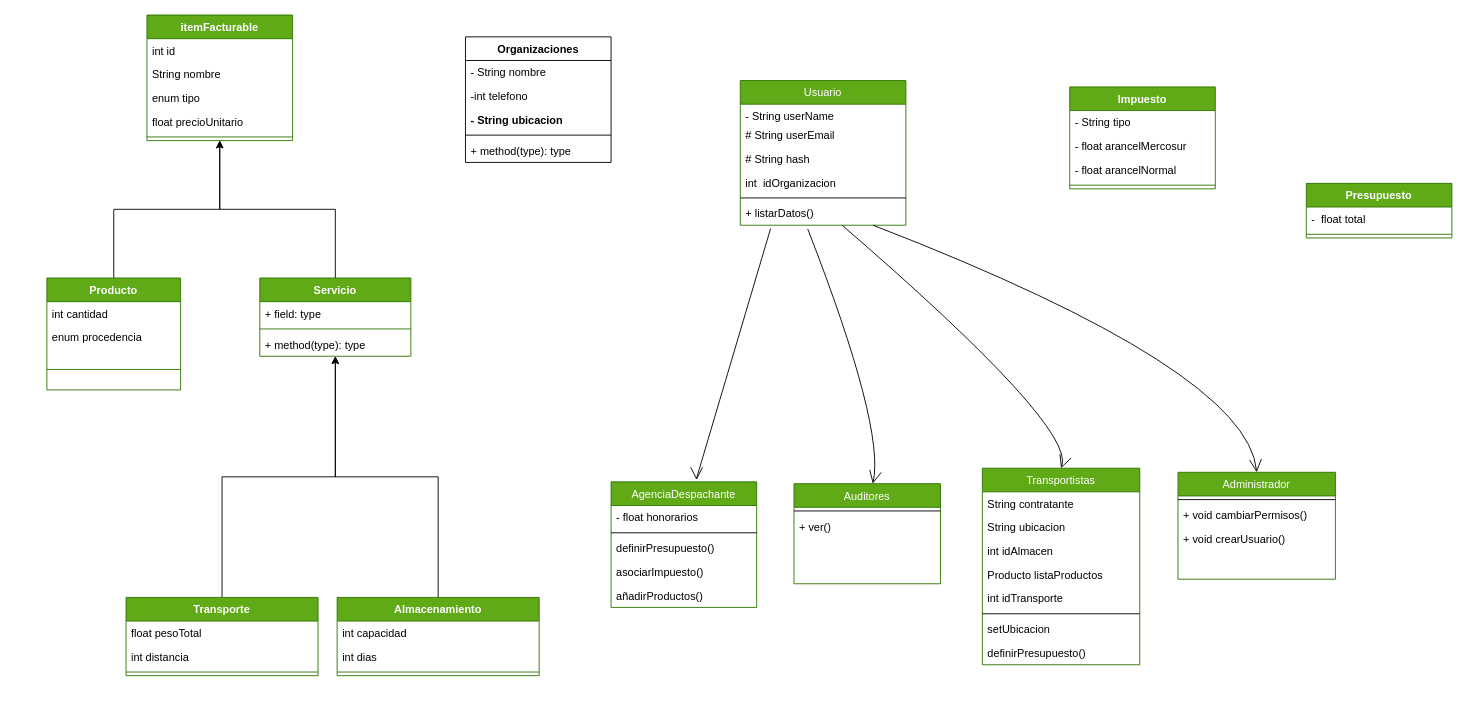
Before: Diagram.drawio in CTroya/lp3-java-rest-backend, a draw.io diagram. Source tidied: cells renumbered, new cells numbered last; positions are measured from the earlier drawing's top-left corner, leaving out a move shared by most shapes. Both pictures are drawn from the tidied source at 91%, with x=0, y=0 at pixel (46, 15).
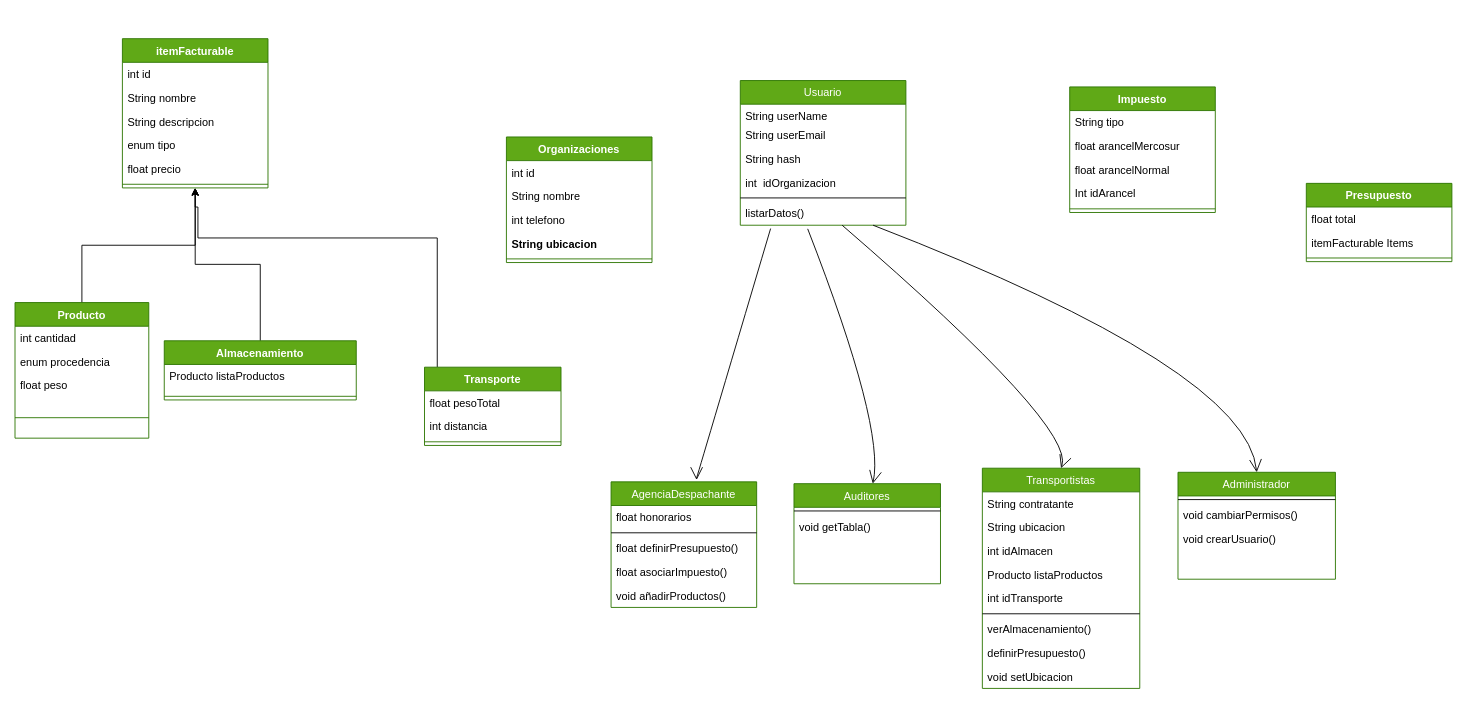
After the change.

Unchanged cells that the change refers to:
```xml
<mxCell id="2" value="Usuario" style="swimlane;fontStyle=0;align=center;verticalAlign=top;horizontal=1;startSize=26;rounded=0;shadow=0;strokeWidth=1;fillColor=#60a917;strokeColor=#2D7600;fontColor=#ffffff;" parent="1" vertex="1">
  <mxGeometry x="762" y="72" width="182" height="159" as="geometry" />
</mxCell>
<mxCell id="10" value="AgenciaDespachante" style="swimlane;fontStyle=0;align=center;verticalAlign=top;horizontal=1;startSize=26;rounded=0;shadow=0;strokeWidth=1;fillColor=#60a917;strokeColor=#2D7600;fontColor=#ffffff;" parent="1" vertex="1">
  <mxGeometry x="620" y="513" width="160" height="138" as="geometry" />
</mxCell>
<mxCell id="17" value="Auditores" style="swimlane;fontStyle=0;align=center;verticalAlign=top;horizontal=1;startSize=26;rounded=0;shadow=0;strokeWidth=1;fillColor=#60a917;strokeColor=#2D7600;fontColor=#ffffff;" parent="1" vertex="1">
  <mxGeometry x="821" y="515" width="161" height="110" as="geometry" />
</mxCell>
<mxCell id="30" value="Administrador" style="swimlane;fontStyle=0;align=center;verticalAlign=top;horizontal=1;startSize=26;rounded=0;shadow=0;strokeWidth=1;fillColor=#60a917;strokeColor=#2D7600;fontColor=#ffffff;" parent="1" vertex="1">
  <mxGeometry x="1243" y="502.5" width="173" height="117.5" as="geometry" />
</mxCell>
```

The edit, as a diff of the source:
```diff
@@
-    <mxCell id="3" value="- String userName" style="text;align=left;verticalAlign=top;spacingLeft=4;spacingRight=4;overflow=hidden;rounded=0;shadow=0;html=0;" parent="2" vertex="1">
+    <mxCell id="3" value="String userName" style="text;align=left;verticalAlign=top;spacingLeft=4;spacingRight=4;overflow=hidden;rounded=0;shadow=0;html=0;" parent="2" vertex="1">
       <mxGeometry y="26" width="182" height="21" as="geometry" />
     </mxCell>
-    <mxCell id="4" value="# String userEmail" style="text;strokeColor=none;fillColor=none;align=left;verticalAlign=top;spacingLeft=4;spacingRight=4;overflow=hidden;" parent="2" vertex="1">
+    <mxCell id="4" value="String userEmail" style="text;strokeColor=none;fillColor=none;align=left;verticalAlign=top;spacingLeft=4;spacingRight=4;overflow=hidden;" parent="2" vertex="1">
       <mxGeometry y="47" width="182" height="26" as="geometry" />
     </mxCell>
-    <mxCell id="5" value="# String hash" style="text;strokeColor=none;fillColor=none;align=left;verticalAlign=top;spacingLeft=4;spacingRight=4;overflow=hidden;" parent="2" vertex="1">
+    <mxCell id="5" value="String hash" style="text;strokeColor=none;fillColor=none;align=left;verticalAlign=top;spacingLeft=4;spacingRight=4;overflow=hidden;" parent="2" vertex="1">
       <mxGeometry y="73" width="182" height="26" as="geometry" />
     </mxCell>
@@
-    <mxCell id="8" value="+ listarDatos()" style="text;strokeColor=none;fillColor=none;align=left;verticalAlign=top;spacingLeft=4;spacingRight=4;overflow=hidden;points=[[0,0.5],[1,0.5]];portConstraint=eastwest;" parent="2" vertex="1">
+    <mxCell id="8" value="listarDatos()" style="text;strokeColor=none;fillColor=none;align=left;verticalAlign=top;spacingLeft=4;spacingRight=4;overflow=hidden;points=[[0,0.5],[1,0.5]];portConstraint=eastwest;" parent="2" vertex="1">
       <mxGeometry y="133" width="182" height="26" as="geometry" />
     </mxCell>
@@
-    <mxCell id="11" value="- float honorarios" style="text;strokeColor=none;fillColor=none;align=left;verticalAlign=top;spacingLeft=4;spacingRight=4;overflow=hidden;" parent="10" vertex="1">
+    <mxCell id="11" value="float honorarios" style="text;strokeColor=none;fillColor=none;align=left;verticalAlign=top;spacingLeft=4;spacingRight=4;overflow=hidden;" parent="10" vertex="1">
       <mxGeometry y="26" width="160" height="26" as="geometry" />
     </mxCell>
@@
-    <mxCell id="13" value="definirPresupuesto()" style="text;strokeColor=none;fillColor=none;align=left;verticalAlign=top;spacingLeft=4;spacingRight=4;overflow=hidden;" parent="10" vertex="1">
+    <mxCell id="13" value="float definirPresupuesto()" style="text;strokeColor=none;fillColor=none;align=left;verticalAlign=top;spacingLeft=4;spacingRight=4;overflow=hidden;" parent="10" vertex="1">
       <mxGeometry y="60" width="160" height="26" as="geometry" />
     </mxCell>
-    <mxCell id="14" value="asociarImpuesto()" style="text;strokeColor=none;fillColor=none;align=left;verticalAlign=top;spacingLeft=4;spacingRight=4;overflow=hidden;" parent="10" vertex="1">
+    <mxCell id="14" value="float asociarImpuesto()" style="text;strokeColor=none;fillColor=none;align=left;verticalAlign=top;spacingLeft=4;spacingRight=4;overflow=hidden;" parent="10" vertex="1">
       <mxGeometry y="86" width="160" height="26" as="geometry" />
     </mxCell>
-    <mxCell id="15" value="añadirProductos()" style="text;strokeColor=none;fillColor=none;align=left;verticalAlign=top;spacingLeft=4;spacingRight=4;overflow=hidden;" parent="10" vertex="1">
+    <mxCell id="15" value="void añadirProductos()" style="text;strokeColor=none;fillColor=none;align=left;verticalAlign=top;spacingLeft=4;spacingRight=4;overflow=hidden;" parent="10" vertex="1">
       <mxGeometry y="112" width="160" height="26" as="geometry" />
     </mxCell>
@@
-    <mxCell id="19" value="+ ver()" style="text;strokeColor=none;fillColor=none;align=left;verticalAlign=top;spacingLeft=4;spacingRight=4;overflow=hidden;" parent="17" vertex="1">
+    <mxCell id="19" value="void getTabla()" style="text;strokeColor=none;fillColor=none;align=left;verticalAlign=top;spacingLeft=4;spacingRight=4;overflow=hidden;" parent="17" vertex="1">
       <mxGeometry y="34" width="161" height="26" as="geometry" />
     </mxCell>
     <mxCell id="20" value="Transportistas&#10;" style="swimlane;fontStyle=0;align=center;verticalAlign=top;horizontal=1;startSize=26;rounded=0;shadow=0;strokeWidth=1;fillColor=#60a917;strokeColor=#2D7600;fontColor=#ffffff;" parent="1" vertex="1">
-      <mxGeometry x="1028" y="498" width="173" height="216" as="geometry" />
+      <mxGeometry x="1028" y="498" width="173" height="242" as="geometry" />
     </mxCell>
@@
+    <mxCell id="75" value="verAlmacenamiento()" style="text;strokeColor=none;fillColor=none;align=left;verticalAlign=top;spacingLeft=4;spacingRight=4;overflow=hidden;" parent="20" vertex="1">
+      <mxGeometry y="164" width="173" height="26" as="geometry" />
+    </mxCell>
+    <mxCell id="28" value="definirPresupuesto()" style="text;strokeColor=none;fillColor=none;align=left;verticalAlign=top;spacingLeft=4;spacingRight=4;overflow=hidden;" parent="20" vertex="1">
+      <mxGeometry y="190" width="173" height="26" as="geometry" />
+    </mxCell>
-    <mxCell id="27" value="setUbicacion" style="text;strokeColor=none;fillColor=none;align=left;verticalAlign=top;spacingLeft=4;spacingRight=4;overflow=hidden;" parent="20" vertex="1">
-      <mxGeometry y="164" width="173" height="26" as="geometry" />
+    <mxCell id="27" value="void setUbicacion" style="text;strokeColor=none;fillColor=none;align=left;verticalAlign=top;spacingLeft=4;spacingRight=4;overflow=hidden;" parent="20" vertex="1">
+      <mxGeometry y="216" width="173" height="26" as="geometry" />
     </mxCell>
-    <mxCell id="28" value="definirPresupuesto()" style="text;strokeColor=none;fillColor=none;align=left;verticalAlign=top;spacingLeft=4;spacingRight=4;overflow=hidden;" parent="20" vertex="1">
-      <mxGeometry y="190" width="173" height="26" as="geometry" />
-    </mxCell>
@@
-    <mxCell id="32" value="+ void cambiarPermisos()" style="text;strokeColor=none;fillColor=none;align=left;verticalAlign=top;spacingLeft=4;spacingRight=4;overflow=hidden;" parent="30" vertex="1">
+    <mxCell id="32" value="void cambiarPermisos()" style="text;strokeColor=none;fillColor=none;align=left;verticalAlign=top;spacingLeft=4;spacingRight=4;overflow=hidden;" parent="30" vertex="1">
       <mxGeometry y="34" width="173" height="26" as="geometry" />
     </mxCell>
-    <mxCell id="33" value="+ void crearUsuario()" style="text;strokeColor=none;fillColor=none;align=left;verticalAlign=top;spacingLeft=4;spacingRight=4;overflow=hidden;" parent="30" vertex="1">
+    <mxCell id="33" value="void crearUsuario()" style="text;strokeColor=none;fillColor=none;align=left;verticalAlign=top;spacingLeft=4;spacingRight=4;overflow=hidden;" parent="30" vertex="1">
       <mxGeometry y="60" width="173" height="26" as="geometry" />
     </mxCell>
@@
     <mxCell id="36" value="Producto" style="swimlane;fontStyle=1;align=center;verticalAlign=top;horizontal=1;startSize=26;fillColor=#60a917;fontColor=#ffffff;strokeColor=#2D7600;" parent="1" vertex="1">
-      <mxGeometry y="289" width="147" height="123" as="geometry" />
+      <mxGeometry x="-35" y="316" width="147" height="149" as="geometry" />
     </mxCell>
@@
+    <mxCell id="76" value="float peso&#10;" style="text;strokeColor=none;fillColor=none;align=left;verticalAlign=top;spacingLeft=4;spacingRight=4;overflow=hidden;" parent="36" vertex="1">
+      <mxGeometry y="78" width="147" height="26" as="geometry" />
+    </mxCell>
     <mxCell id="39" style="line;strokeWidth=1;fillColor=none;align=left;verticalAlign=middle;spacingTop=-1;spacingLeft=3;spacingRight=3;labelPosition=right;strokeColor=inherit;" parent="36" vertex="1">
-      <mxGeometry y="78" width="147" height="45" as="geometry" />
+      <mxGeometry y="104" width="147" height="45" as="geometry" />
     </mxCell>
     <mxCell id="40" value="itemFacturable" style="swimlane;fontStyle=1;align=center;verticalAlign=top;horizontal=1;startSize=26;fillColor=#60a917;fontColor=#ffffff;strokeColor=#2D7600;" parent="1" vertex="1">
-      <mxGeometry x="110" width="160" height="138" as="geometry" />
+      <mxGeometry x="83" y="26" width="160" height="164" as="geometry" />
     </mxCell>
@@
+    <mxCell id="77" value="String descripcion" style="text;strokeColor=none;fillColor=none;align=left;verticalAlign=top;spacingLeft=4;spacingRight=4;overflow=hidden;" parent="40" vertex="1">
+      <mxGeometry y="78" width="160" height="26" as="geometry" />
+    </mxCell>
     <mxCell id="43" value="enum tipo" style="text;strokeColor=none;fillColor=none;align=left;verticalAlign=top;spacingLeft=4;spacingRight=4;overflow=hidden;" parent="40" vertex="1">
-      <mxGeometry y="78" width="160" height="26" as="geometry" />
+      <mxGeometry y="104" width="160" height="26" as="geometry" />
     </mxCell>
-    <mxCell id="44" value="float precioUnitario" style="text;strokeColor=none;fillColor=none;align=left;verticalAlign=top;spacingLeft=4;spacingRight=4;overflow=hidden;" parent="40" vertex="1">
-      <mxGeometry y="104" width="160" height="26" as="geometry" />
+    <mxCell id="44" value="float precio&#10;" style="text;strokeColor=none;fillColor=none;align=left;verticalAlign=top;spacingLeft=4;spacingRight=4;overflow=hidden;" parent="40" vertex="1">
+      <mxGeometry y="130" width="160" height="26" as="geometry" />
     </mxCell>
     <mxCell id="45" style="line;strokeWidth=1;fillColor=none;align=left;verticalAlign=middle;spacingTop=-1;spacingLeft=3;spacingRight=3;labelPosition=right;strokeColor=inherit;" parent="40" vertex="1">
-      <mxGeometry y="130" width="160" height="8" as="geometry" />
+      <mxGeometry y="156" width="160" height="8" as="geometry" />
     </mxCell>
-    <mxCell id="46" style="edgeStyle=orthogonalEdgeStyle;rounded=0;jettySize=auto;html=1;" parent="1" edge="1" source="47" target="52">
-      <mxGeometry relative="1" as="geometry" />
-    </mxCell>
+    <mxCell id="78" style="edgeStyle=orthogonalEdgeStyle;rounded=0;jettySize=auto;html=1;entryX=0.5;entryY=1;entryDx=0;entryDy=0;" parent="1" edge="1" source="47" target="40">
+      <mxGeometry relative="1" as="geometry">
+        <Array as="points">
+          <mxPoint x="429" y="245" />
+          <mxPoint x="166" y="245" />
+          <mxPoint x="166" y="211" />
+          <mxPoint x="163" y="211" />
+        </Array>
+      </mxGeometry>
+    </mxCell>
     <mxCell id="47" value="Transporte" style="swimlane;fontStyle=1;align=center;verticalAlign=top;horizontal=1;startSize=26;fillColor=#60a917;fontColor=#ffffff;strokeColor=#2D7600;" parent="1" vertex="1">
-      <mxGeometry x="87" y="640" width="211" height="86" as="geometry" />
+      <mxGeometry x="415" y="387" width="150" height="86" as="geometry" />
     </mxCell>
     <mxCell id="48" value="float pesoTotal" style="text;strokeColor=none;fillColor=none;align=left;verticalAlign=top;spacingLeft=4;spacingRight=4;overflow=hidden;" parent="47" vertex="1">
-      <mxGeometry y="26" width="211" height="26" as="geometry" />
+      <mxGeometry y="26" width="150" height="26" as="geometry" />
     </mxCell>
     <mxCell id="49" value="int distancia" style="text;strokeColor=none;fillColor=none;align=left;verticalAlign=top;spacingLeft=4;spacingRight=4;overflow=hidden;" parent="47" vertex="1">
-      <mxGeometry y="52" width="211" height="26" as="geometry" />
+      <mxGeometry y="52" width="150" height="26" as="geometry" />
     </mxCell>
     <mxCell id="50" style="line;strokeWidth=1;fillColor=none;align=left;verticalAlign=middle;spacingTop=-1;spacingLeft=3;spacingRight=3;labelPosition=right;strokeColor=inherit;" parent="47" vertex="1">
-      <mxGeometry y="78" width="211" height="8" as="geometry" />
+      <mxGeometry y="78" width="150" height="8" as="geometry" />
     </mxCell>
-    <mxCell id="51" style="edgeStyle=orthogonalEdgeStyle;rounded=0;jettySize=auto;html=1;" parent="1" edge="1" source="52" target="40">
-      <mxGeometry relative="1" as="geometry" />
-    </mxCell>
-    <mxCell id="52" value="Servicio" style="swimlane;fontStyle=1;align=center;verticalAlign=top;horizontal=1;startSize=26;fillColor=#60a917;fontColor=#ffffff;strokeColor=#2D7600;" parent="1" vertex="1">
-      <mxGeometry x="234" y="289" width="166" height="86" as="geometry" />
-    </mxCell>
-    <mxCell id="53" value="+ field: type" style="text;strokeColor=none;fillColor=none;align=left;verticalAlign=top;spacingLeft=4;spacingRight=4;overflow=hidden;" parent="52" vertex="1">
-      <mxGeometry y="26" width="166" height="26" as="geometry" />
-    </mxCell>
-    <mxCell id="54" style="line;strokeWidth=1;fillColor=none;align=left;verticalAlign=middle;spacingTop=-1;spacingLeft=3;spacingRight=3;labelPosition=right;strokeColor=inherit;" parent="52" vertex="1">
-      <mxGeometry y="52" width="166" height="8" as="geometry" />
-    </mxCell>
-    <mxCell id="55" value="+ method(type): type" style="text;strokeColor=none;fillColor=none;align=left;verticalAlign=top;spacingLeft=4;spacingRight=4;overflow=hidden;" parent="52" vertex="1">
-      <mxGeometry y="60" width="166" height="26" as="geometry" />
-    </mxCell>
     <mxCell id="56" value="Impuesto" style="swimlane;fontStyle=1;align=center;verticalAlign=top;horizontal=1;startSize=26;fillColor=#60a917;fontColor=#ffffff;strokeColor=#2D7600;" parent="1" vertex="1">
-      <mxGeometry x="1124" y="79" width="160" height="112" as="geometry" />
+      <mxGeometry x="1124" y="79" width="160" height="138" as="geometry" />
     </mxCell>
-    <mxCell id="57" value="- String tipo" style="text;strokeColor=none;fillColor=none;align=left;verticalAlign=top;spacingLeft=4;spacingRight=4;overflow=hidden;" parent="56" vertex="1">
+    <mxCell id="57" value="String tipo" style="text;strokeColor=none;fillColor=none;align=left;verticalAlign=top;spacingLeft=4;spacingRight=4;overflow=hidden;" parent="56" vertex="1">
       <mxGeometry y="26" width="160" height="26" as="geometry" />
     </mxCell>
-    <mxCell id="58" value="- float arancelMercosur" style="text;strokeColor=none;fillColor=none;align=left;verticalAlign=top;spacingLeft=4;spacingRight=4;overflow=hidden;" parent="56" vertex="1">
+    <mxCell id="58" value="float arancelMercosur" style="text;strokeColor=none;fillColor=none;align=left;verticalAlign=top;spacingLeft=4;spacingRight=4;overflow=hidden;" parent="56" vertex="1">
       <mxGeometry y="52" width="160" height="26" as="geometry" />
     </mxCell>
-    <mxCell id="59" value="- float arancelNormal" style="text;strokeColor=none;fillColor=none;align=left;verticalAlign=top;spacingLeft=4;spacingRight=4;overflow=hidden;" parent="56" vertex="1">
+    <mxCell id="59" value="float arancelNormal" style="text;strokeColor=none;fillColor=none;align=left;verticalAlign=top;spacingLeft=4;spacingRight=4;overflow=hidden;" parent="56" vertex="1">
       <mxGeometry y="78" width="160" height="26" as="geometry" />
     </mxCell>
+    <mxCell id="79" value="Int idArancel" style="text;strokeColor=none;fillColor=none;align=left;verticalAlign=top;spacingLeft=4;spacingRight=4;overflow=hidden;" parent="56" vertex="1">
+      <mxGeometry y="104" width="160" height="26" as="geometry" />
+    </mxCell>
     <mxCell id="60" style="line;strokeWidth=1;fillColor=none;align=left;verticalAlign=middle;spacingTop=-1;spacingLeft=3;spacingRight=3;labelPosition=right;strokeColor=inherit;" parent="56" vertex="1">
-      <mxGeometry y="104" width="160" height="8" as="geometry" />
+      <mxGeometry y="130" width="160" height="8" as="geometry" />
     </mxCell>
-    <mxCell id="61" style="edgeStyle=orthogonalEdgeStyle;rounded=0;jettySize=auto;html=1;" parent="1" edge="1" source="62" target="52">
-      <mxGeometry relative="1" as="geometry" />
-    </mxCell>
+    <mxCell id="80" style="edgeStyle=orthogonalEdgeStyle;rounded=0;jettySize=auto;html=1;entryX=0.5;entryY=1;entryDx=0;entryDy=0;" parent="1" edge="1" source="62" target="40">
+      <mxGeometry relative="1" as="geometry" />
+    </mxCell>
     <mxCell id="62" value="Almacenamiento" style="swimlane;fontStyle=1;align=center;verticalAlign=top;horizontal=1;startSize=26;fillColor=#60a917;fontColor=#ffffff;strokeColor=#2D7600;" parent="1" vertex="1">
-      <mxGeometry x="319" y="640" width="222" height="86" as="geometry" />
+      <mxGeometry x="129" y="358" width="211" height="65" as="geometry" />
     </mxCell>
-    <mxCell id="63" value="int capacidad" style="text;strokeColor=none;fillColor=none;align=left;verticalAlign=top;spacingLeft=4;spacingRight=4;overflow=hidden;" parent="62" vertex="1">
-      <mxGeometry y="26" width="222" height="26" as="geometry" />
-    </mxCell>
-    <mxCell id="64" value="int dias" style="text;strokeColor=none;fillColor=none;align=left;verticalAlign=top;spacingLeft=4;spacingRight=4;overflow=hidden;" parent="62" vertex="1">
-      <mxGeometry y="52" width="222" height="26" as="geometry" />
-    </mxCell>
+    <mxCell id="81" value="Producto listaProductos" style="text;strokeColor=none;fillColor=none;align=left;verticalAlign=top;spacingLeft=4;spacingRight=4;overflow=hidden;" parent="62" vertex="1">
+      <mxGeometry y="26" width="211" height="31" as="geometry" />
+    </mxCell>
     <mxCell id="65" style="line;strokeWidth=1;fillColor=none;align=left;verticalAlign=middle;spacingTop=-1;spacingLeft=3;spacingRight=3;labelPosition=right;strokeColor=inherit;" parent="62" vertex="1">
-      <mxGeometry y="78" width="222" height="8" as="geometry" />
+      <mxGeometry y="57" width="211" height="8" as="geometry" />
     </mxCell>
     <mxCell id="66" value="Presupuesto" style="swimlane;fontStyle=1;align=center;verticalAlign=top;horizontal=1;startSize=26;fillColor=#60a917;fontColor=#ffffff;strokeColor=#2D7600;" parent="1" vertex="1">
-      <mxGeometry x="1384" y="185" width="160" height="60" as="geometry" />
+      <mxGeometry x="1384" y="185" width="160" height="86" as="geometry" />
     </mxCell>
-    <mxCell id="67" value="-  float total" style="text;strokeColor=none;fillColor=none;align=left;verticalAlign=top;spacingLeft=4;spacingRight=4;overflow=hidden;" parent="66" vertex="1">
+    <mxCell id="67" value="float total" style="text;strokeColor=none;fillColor=none;align=left;verticalAlign=top;spacingLeft=4;spacingRight=4;overflow=hidden;" parent="66" vertex="1">
       <mxGeometry y="26" width="160" height="26" as="geometry" />
     </mxCell>
+    <mxCell id="82" value="itemFacturable Items" style="text;strokeColor=none;fillColor=none;align=left;verticalAlign=top;spacingLeft=4;spacingRight=4;overflow=hidden;" parent="66" vertex="1">
+      <mxGeometry y="52" width="160" height="26" as="geometry" />
+    </mxCell>
     <mxCell id="68" style="line;strokeWidth=1;fillColor=none;align=left;verticalAlign=middle;spacingTop=-1;spacingLeft=3;spacingRight=3;labelPosition=right;strokeColor=inherit;" parent="66" vertex="1">
-      <mxGeometry y="52" width="160" height="8" as="geometry" />
+      <mxGeometry y="78" width="160" height="8" as="geometry" />
     </mxCell>
-    <mxCell id="69" value="Organizaciones" style="swimlane;fontStyle=1;align=center;verticalAlign=top;horizontal=1;startSize=26;" parent="1" vertex="1">
-      <mxGeometry x="460" y="24" width="160" height="138" as="geometry" />
+    <mxCell id="69" value="Organizaciones" style="swimlane;fontStyle=1;align=center;verticalAlign=top;horizontal=1;startSize=26;fillColor=#60a917;fontColor=#ffffff;strokeColor=#2D7600;" parent="1" vertex="1">
+      <mxGeometry x="505" y="134" width="160" height="138" as="geometry" />
     </mxCell>
+    <mxCell id="83" value="int id" style="text;strokeColor=none;fillColor=none;align=left;verticalAlign=top;spacingLeft=4;spacingRight=4;overflow=hidden;" parent="69" vertex="1">
+      <mxGeometry y="26" width="160" height="26" as="geometry" />
+    </mxCell>
-    <mxCell id="70" value="- String nombre&#10;" style="text;strokeColor=none;fillColor=none;align=left;verticalAlign=top;spacingLeft=4;spacingRight=4;overflow=hidden;" parent="69" vertex="1">
-      <mxGeometry y="26" width="160" height="26" as="geometry" />
+    <mxCell id="70" value="String nombre&#10;" style="text;strokeColor=none;fillColor=none;align=left;verticalAlign=top;spacingLeft=4;spacingRight=4;overflow=hidden;" parent="69" vertex="1">
+      <mxGeometry y="52" width="160" height="26" as="geometry" />
     </mxCell>
-    <mxCell id="71" value="-int telefono " style="text;strokeColor=none;fillColor=none;align=left;verticalAlign=top;spacingLeft=4;spacingRight=4;overflow=hidden;" parent="69" vertex="1">
-      <mxGeometry y="52" width="160" height="26" as="geometry" />
+    <mxCell id="71" value="int telefono " style="text;strokeColor=none;fillColor=none;align=left;verticalAlign=top;spacingLeft=4;spacingRight=4;overflow=hidden;" parent="69" vertex="1">
+      <mxGeometry y="78" width="160" height="26" as="geometry" />
     </mxCell>
-    <mxCell id="72" value="- String ubicacion" style="text;strokeColor=none;fillColor=none;align=left;verticalAlign=top;spacingLeft=4;spacingRight=4;overflow=hidden;fontStyle=1;" parent="69" vertex="1">
-      <mxGeometry y="78" width="160" height="26" as="geometry" />
+    <mxCell id="72" value="String ubicacion" style="text;strokeColor=none;fillColor=none;align=left;verticalAlign=top;spacingLeft=4;spacingRight=4;overflow=hidden;fontStyle=1;" parent="69" vertex="1">
+      <mxGeometry y="104" width="160" height="26" as="geometry" />
     </mxCell>
     <mxCell id="73" style="line;strokeWidth=1;fillColor=none;align=left;verticalAlign=middle;spacingTop=-1;spacingLeft=3;spacingRight=3;labelPosition=right;strokeColor=inherit;" parent="69" vertex="1">
-      <mxGeometry y="104" width="160" height="8" as="geometry" />
+      <mxGeometry y="130" width="160" height="8" as="geometry" />
     </mxCell>
-    <mxCell id="74" value="+ method(type): type" style="text;strokeColor=none;fillColor=none;align=left;verticalAlign=top;spacingLeft=4;spacingRight=4;overflow=hidden;" parent="69" vertex="1">
-      <mxGeometry y="112" width="160" height="26" as="geometry" />
-    </mxCell>
```
